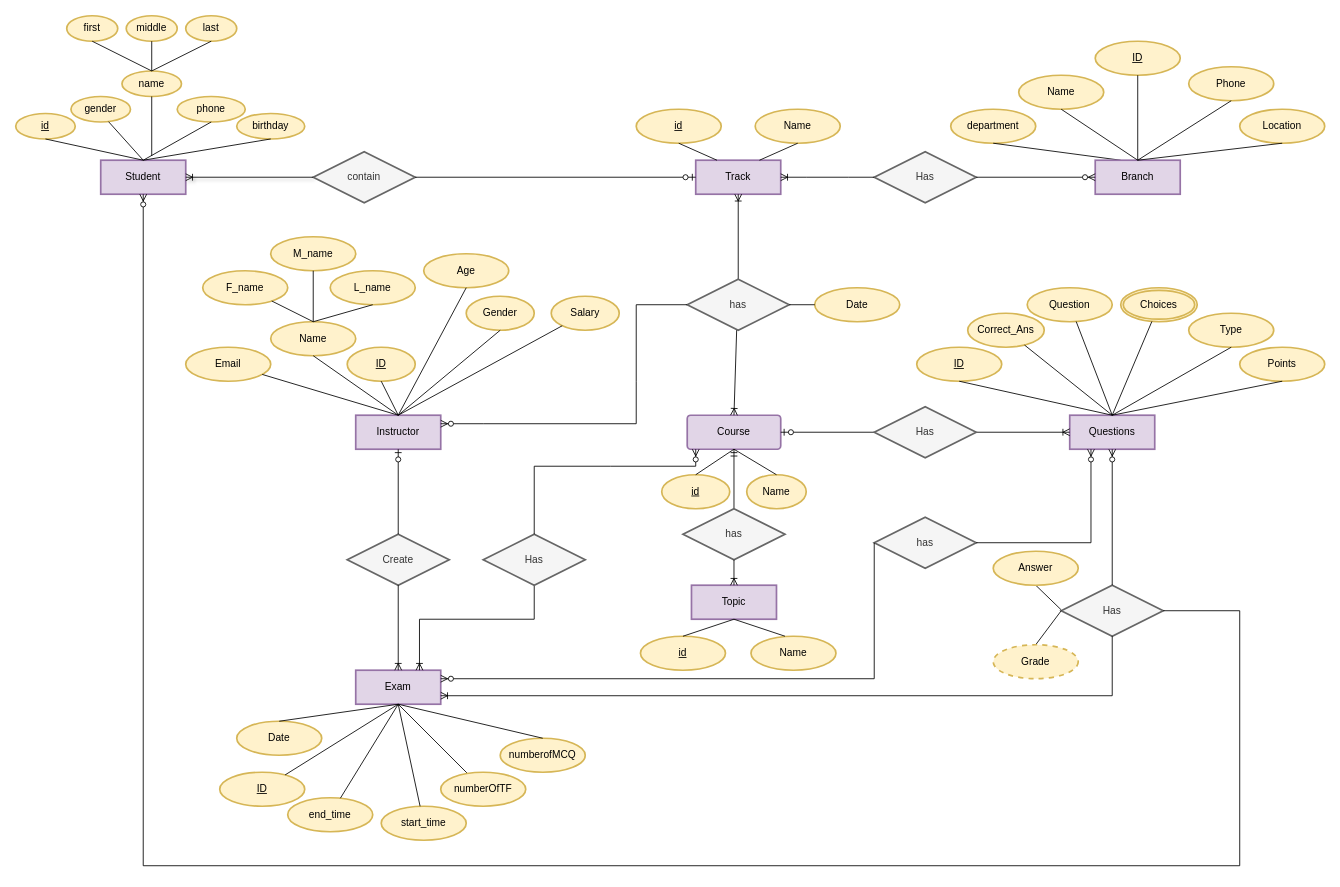
Before: OnlineExaminationSystem.drawio in aya-abdelmageed/OnlineExaminationSystem, a draw.io diagram. Source tidied: cells renumbered, new cells numbered last; positions are measured from the earlier drawing's top-left corner, leaving out a move shared by most shapes. Both pictures are drawn from the tidied source at 85%, with x=0, y=0 at pixel (15, 15).
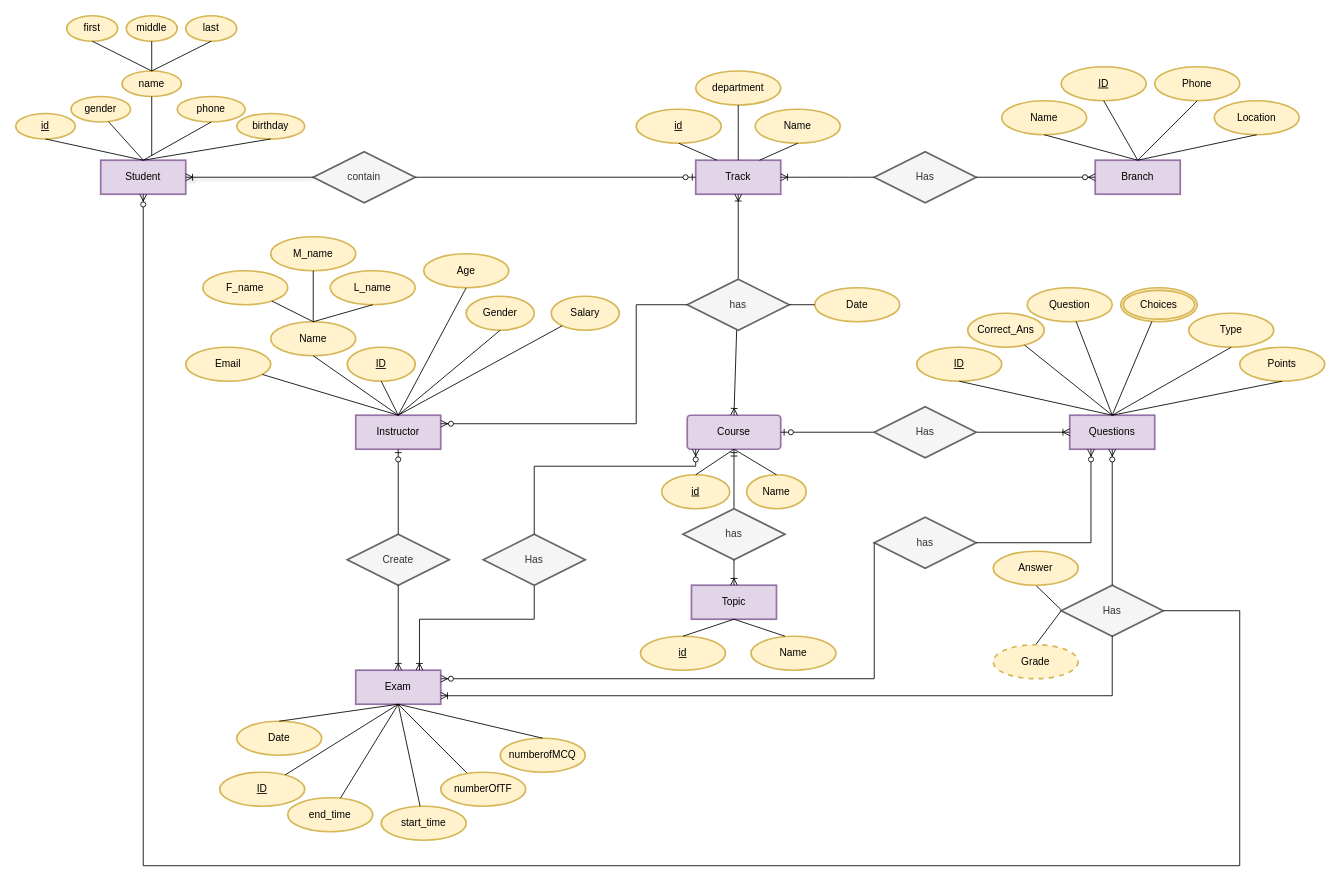
After the change.

The change refers to these unchanged cells:
```xml
<mxCell id="48" value="Track" style="whiteSpace=wrap;html=1;align=center;fillColor=#e1d5e7;strokeColor=#9673a6;strokeWidth=2;" parent="1" vertex="1">
  <mxGeometry x="800" y="170" width="100" height="40" as="geometry" />
</mxCell>
```

Diff of the diagram source:
```diff
@@
     <mxCell id="2" value="department" style="ellipse;whiteSpace=wrap;html=1;align=center;fillColor=#fff2cc;strokeColor=#d6b656;strokeWidth=2;" parent="1" vertex="1">
-      <mxGeometry x="1100" y="110" width="100" height="40" as="geometry" />
+      <mxGeometry x="800" y="65" width="100" height="40" as="geometry" />
     </mxCell>
@@
-    <mxCell id="49" style="endArrow=none;html=1;rounded=0;exitX=0.5;exitY=1;exitDx=0;exitDy=0;" parent="1" edge="1" source="2">
-      <mxGeometry relative="1" as="geometry">
-        <mxPoint x="1300" y="170" as="targetPoint" />
-      </mxGeometry>
+    <mxCell id="49" style="endArrow=none;html=1;rounded=0;exitX=0.5;exitY=1;exitDx=0;exitDy=0;entryX=0.5;entryY=0;entryDx=0;entryDy=0;" parent="1" edge="1" source="2" target="48">
+      <mxGeometry relative="1" as="geometry" />
     </mxCell>
@@
     <mxCell id="92" value="Name" style="ellipse;whiteSpace=wrap;html=1;align=center;fillColor=#fff2cc;strokeColor=#d6b656;strokeWidth=2;" parent="1" vertex="1">
-      <mxGeometry x="1180" y="70" width="100" height="40" as="geometry" />
+      <mxGeometry x="1160" y="100" width="100" height="40" as="geometry" />
     </mxCell>
     <mxCell id="93" value="ID" style="ellipse;whiteSpace=wrap;html=1;align=center;fontStyle=4;fillColor=#fff2cc;strokeColor=#d6b656;strokeWidth=2;" parent="1" vertex="1">
-      <mxGeometry x="1270" y="30" width="100" height="40" as="geometry" />
+      <mxGeometry x="1230" y="60" width="100" height="40" as="geometry" />
     </mxCell>
@@
     <mxCell id="96" value="Location" style="ellipse;whiteSpace=wrap;html=1;align=center;fillColor=#fff2cc;strokeColor=#d6b656;strokeWidth=2;" parent="1" vertex="1">
-      <mxGeometry x="1440" y="110" width="100" height="40" as="geometry" />
+      <mxGeometry x="1410" y="100" width="100" height="40" as="geometry" />
     </mxCell>
@@
     <mxCell id="98" value="Phone" style="ellipse;whiteSpace=wrap;html=1;align=center;fillColor=#fff2cc;strokeColor=#d6b656;strokeWidth=2;" parent="1" vertex="1">
-      <mxGeometry x="1380" y="60" width="100" height="40" as="geometry" />
+      <mxGeometry x="1340" y="60" width="100" height="40" as="geometry" />
     </mxCell>
```
